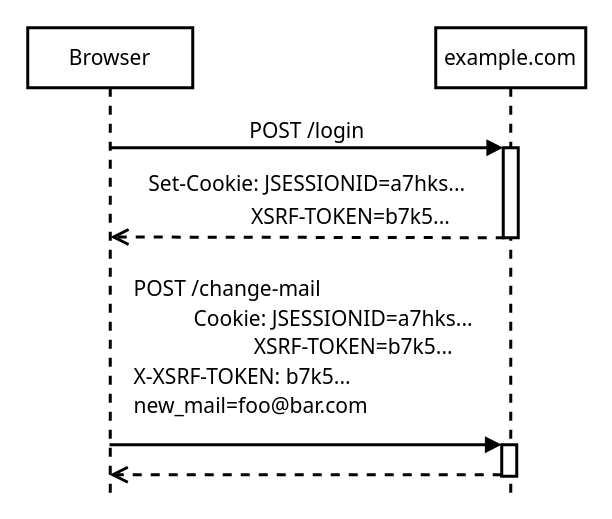
Before: content/articles/2021/cross-site-request-forgery-csrf-xsrf-protection-in-quarkus/cookie-to-header.drawio in marcelkliemannel/marcelkliemannel.com, a draw.io diagram. Source tidied: cells renumbered, new cells numbered last; positions are measured from the earlier drawing's top-left corner, leaving out a move shared by most shapes. Both pictures are drawn from the tidied source at 150%, with x=0, y=0 at pixel (27, 27).
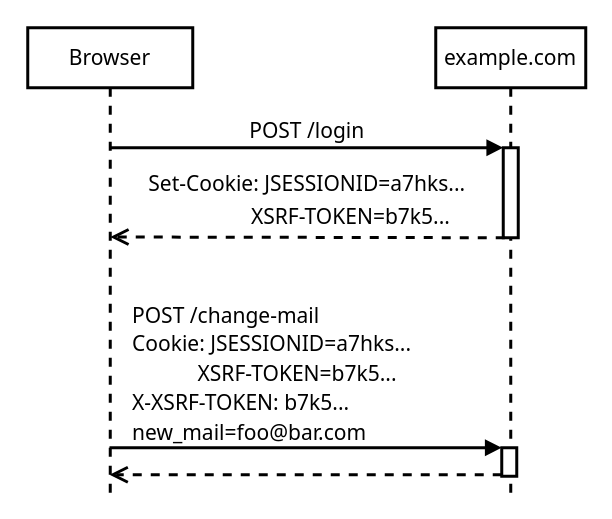
The same page after the edit.

Change to the diagram source:
```diff
@@
 <mxGraphModel>
   <root>
     <mxCell id="0" />
     <mxCell id="1" parent="0" />
     <mxCell id="2" value="Browser" style="shape=umlLifeline;perimeter=lifelinePerimeter;whiteSpace=wrap;html=1;outlineConnect=0;labelBackgroundColor=none;fontSize=14;fontFamily=Tahoma;strokeWidth=2;" parent="1" vertex="1">
       <mxGeometry width="110" height="310" as="geometry" />
     </mxCell>
     <mxCell id="3" value="example.com" style="shape=umlLifeline;perimeter=lifelinePerimeter;whiteSpace=wrap;html=1;fontSize=14;fontFamily=Tahoma;strokeWidth=2;" parent="1" vertex="1">
       <mxGeometry x="272" width="100" height="310" as="geometry" />
     </mxCell>
     <mxCell id="4" style="html=1;points=[];perimeter=orthogonalPerimeter;fontSize=14;fontFamily=Tahoma;strokeWidth=2;" parent="3" vertex="1">
       <mxGeometry x="45" y="80" width="10" height="60" as="geometry" />
     </mxCell>
     <mxCell id="5" style="html=1;points=[];perimeter=orthogonalPerimeter;fontSize=14;fontFamily=Tahoma;strokeWidth=2;" parent="3" vertex="1">
-      <mxGeometry x="44" y="278" width="10" height="21" as="geometry" />
+      <mxGeometry x="44" y="280" width="10" height="19" as="geometry" />
     </mxCell>
     <mxCell id="6" value="POST /login" style="html=1;verticalAlign=bottom;endArrow=block;entryX=0;entryY=0;fontSize=14;fontFamily=Tahoma;strokeWidth=2;" parent="1" edge="1" source="2" target="4">
       <mxGeometry relative="1" as="geometry" />
     </mxCell>
     <mxCell id="7" value="&lt;p style=&quot;line-height: 0% ; font-size: 14px&quot;&gt;Set-Cookie: JSESSIONID=a7hks...&lt;br&gt;&lt;/p&gt;&lt;div style=&quot;text-align: center&quot;&gt;&lt;span style=&quot;text-align: right ; line-height: 120%&quot;&gt;&amp;nbsp; &amp;nbsp; &amp;nbsp; &amp;nbsp; &amp;nbsp; &amp;nbsp; &amp;nbsp; &amp;nbsp; &amp;nbsp;XSRF-TOKEN=b7k5...&amp;nbsp;&lt;/span&gt;&lt;/div&gt;&lt;p&gt;&lt;/p&gt;&lt;p style=&quot;font-size: 14px&quot;&gt;&lt;/p&gt;" style="html=1;verticalAlign=bottom;endArrow=open;dashed=1;endSize=8;labelBackgroundColor=none;fontSize=14;fontFamily=Tahoma;horizontal=1;spacing=6;spacingTop=2;strokeWidth=2;" parent="1" edge="1">
       <mxGeometry y="15" relative="1" as="geometry">
         <mxPoint x="318" y="140" as="sourcePoint" />
         <mxPoint x="55" y="139.5" as="targetPoint" />
       </mxGeometry>
     </mxCell>
-    <mxCell id="8" value="&lt;p style=&quot;line-height: 140%&quot;&gt;POST /change-mail&lt;br style=&quot;font-size: 14px&quot;&gt;&amp;nbsp; &amp;nbsp; &amp;nbsp; &amp;nbsp; &amp;nbsp; &amp;nbsp;Cookie: JSESSIONID=&lt;span style=&quot;text-align: center&quot;&gt;a7hks&lt;/span&gt;...&lt;br&gt;&amp;nbsp; &amp;nbsp; &amp;nbsp; &amp;nbsp; &amp;nbsp; &amp;nbsp; &amp;nbsp; &amp;nbsp; &amp;nbsp; &amp;nbsp; &amp;nbsp; &lt;span style=&quot;text-align: right&quot;&gt;XSRF-TOKEN=b7k5...&amp;nbsp;&lt;br&gt;&lt;/span&gt;X-XSRF-TOKEN: b7k5...&lt;br style=&quot;font-size: 14px&quot;&gt;&lt;span style=&quot;font-size: 14px&quot;&gt;new_mail=foo@bar.com&lt;/span&gt;&lt;/p&gt;" style="html=1;verticalAlign=bottom;endArrow=block;entryX=0;entryY=0;align=left;labelBackgroundColor=none;fontSize=14;fontFamily=Tahoma;strokeWidth=2;" parent="1" edge="1" target="5">
-      <mxGeometry x="-0.89" relative="1" as="geometry">
-        <mxPoint x="54.5" y="278" as="sourcePoint" />
+    <mxCell id="8" value="&lt;p style=&quot;line-height: 140%&quot;&gt;POST /change-mail&lt;br style=&quot;font-size: 14px&quot;&gt;Cookie: JSESSIONID=&lt;span style=&quot;&quot;&gt;a7hks&lt;/span&gt;...&lt;br&gt;&amp;nbsp; &amp;nbsp; &amp;nbsp; &amp;nbsp; &amp;nbsp; &amp;nbsp;&amp;nbsp;&lt;span style=&quot;&quot;&gt;XSRF-TOKEN=b7k5...&amp;nbsp;&lt;br&gt;&lt;/span&gt;X-XSRF-TOKEN: b7k5...&lt;br style=&quot;font-size: 14px&quot;&gt;&lt;span style=&quot;font-size: 14px&quot;&gt;new_mail=foo@bar.com&lt;/span&gt;&lt;/p&gt;" style="html=1;verticalAlign=middle;endArrow=block;entryX=0;entryY=0;align=left;labelBackgroundColor=none;fontSize=14;fontFamily=Tahoma;strokeWidth=2;" parent="1" edge="1">
+      <mxGeometry x="-0.9" y="50" relative="1" as="geometry">
+        <mxPoint x="54.5" y="280" as="sourcePoint" />
+        <mxPoint x="316" y="280" as="targetPoint" />
       </mxGeometry>
     </mxCell>
     <mxCell id="9" style="html=1;verticalAlign=bottom;endArrow=open;dashed=1;endSize=8;exitX=0;exitY=0.95;fontSize=14;fontFamily=Tahoma;strokeWidth=2;" parent="1" edge="1" source="5">
       <mxGeometry relative="1" as="geometry">
         <mxPoint x="54.5" y="298" as="targetPoint" />
       </mxGeometry>
     </mxCell>
   </root>
 </mxGraphModel>
```
